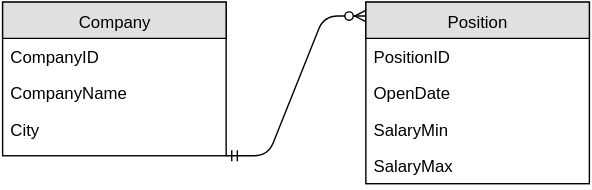
The draw.io diagram curriculum/week-05/2.1-schema-design-postgres/assets/images/one_to_many.svg in yawitzd/DSI-NYC-1, before a commit. Source tidied: cells renumbered, new cells last; positions are measured from the earlier drawing's top-left corner, leaving out a move shared by most shapes.
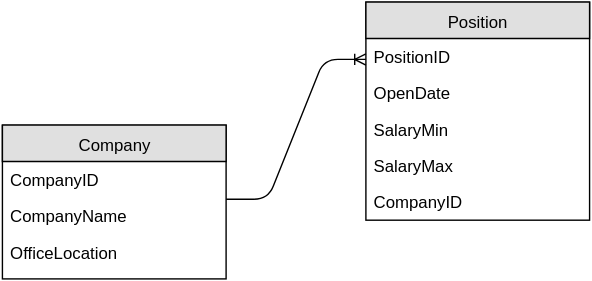
After the commit.

Commit message:
Fix example image w5 d2 relational db design

Diff of the diagram source:
```diff
@@ -3,7 +3,7 @@
     <mxCell id="0" />
     <mxCell id="1" parent="0" />
     <mxCell id="2" value="Company" style="swimlane;html=1;fontStyle=0;horizontal=1;startSize=26;fillColor=#e0e0e0;swimlaneFillColor=#ffffff;align=center;" parent="1" vertex="1">
-      <mxGeometry width="160" height="110" as="geometry" />
+      <mxGeometry x="-60" y="28" width="160" height="110" as="geometry" />
     </mxCell>
     <mxCell id="3" value="CompanyID" style="text;html=1;strokeColor=none;fillColor=none;spacingLeft=4;spacingRight=4;whiteSpace=wrap;overflow=hidden;" parent="2" vertex="1">
       <mxGeometry y="26" width="160" height="26" as="geometry" />
@@ -11,11 +11,11 @@
     <mxCell id="4" value="CompanyName" style="text;html=1;strokeColor=none;fillColor=none;spacingLeft=4;spacingRight=4;whiteSpace=wrap;overflow=hidden;" parent="2" vertex="1">
       <mxGeometry y="52" width="160" height="26" as="geometry" />
     </mxCell>
-    <mxCell id="5" value="City" style="text;html=1;strokeColor=none;fillColor=none;spacingLeft=4;spacingRight=4;whiteSpace=wrap;overflow=hidden;" parent="2" vertex="1">
+    <mxCell id="5" value="OfficeLocation" style="text;html=1;strokeColor=none;fillColor=none;spacingLeft=4;spacingRight=4;whiteSpace=wrap;overflow=hidden;" parent="2" vertex="1">
       <mxGeometry y="78" width="160" height="26" as="geometry" />
     </mxCell>
     <mxCell id="6" value="Position" style="swimlane;html=1;fontStyle=0;horizontal=1;startSize=26;fillColor=#e0e0e0;swimlaneFillColor=#ffffff;align=center;" parent="1" vertex="1">
-      <mxGeometry x="260" width="160" height="130" as="geometry" />
+      <mxGeometry x="200" y="-60" width="160" height="156" as="geometry" />
     </mxCell>
     <mxCell id="7" value="PositionID" style="text;html=1;strokeColor=none;fillColor=none;spacingLeft=4;spacingRight=4;whiteSpace=wrap;overflow=hidden;" parent="6" vertex="1">
       <mxGeometry y="26" width="160" height="26" as="geometry" />
@@ -29,11 +29,14 @@
     <mxCell id="10" value="SalaryMax" style="text;html=1;strokeColor=none;fillColor=none;spacingLeft=4;spacingRight=4;whiteSpace=wrap;overflow=hidden;" parent="6" vertex="1">
       <mxGeometry y="104" width="160" height="26" as="geometry" />
     </mxCell>
-    <mxCell id="11" style="edgeStyle=entityRelationEdgeStyle;html=1;endArrow=ERzeroToMany;startArrow=ERmandOne;" parent="1" edge="1">
-      <mxGeometry relative="1" as="geometry">
-        <mxPoint x="160" y="110" as="sourcePoint" />
-        <mxPoint x="260" y="10" as="targetPoint" />
-      </mxGeometry>
-    </mxCell>
+    <mxCell id="12" value="CompanyID" style="text;html=1;strokeColor=none;fillColor=none;spacingLeft=4;spacingRight=4;whiteSpace=wrap;overflow=hidden;" parent="6" vertex="1">
+      <mxGeometry y="130" width="160" height="26" as="geometry" />
+    </mxCell>
+    <mxCell id="13" style="edgeStyle=entityRelationEdgeStyle;html=1;endArrow=ERoneToMany;" parent="1" edge="1">
+      <mxGeometry relative="1" as="geometry">
+        <mxPoint x="100" y="81" as="sourcePoint" />
+        <mxPoint x="200" y="-19" as="targetPoint" />
+      </mxGeometry>
+    </mxCell>
   </root>
 </mxGraphModel>
```
